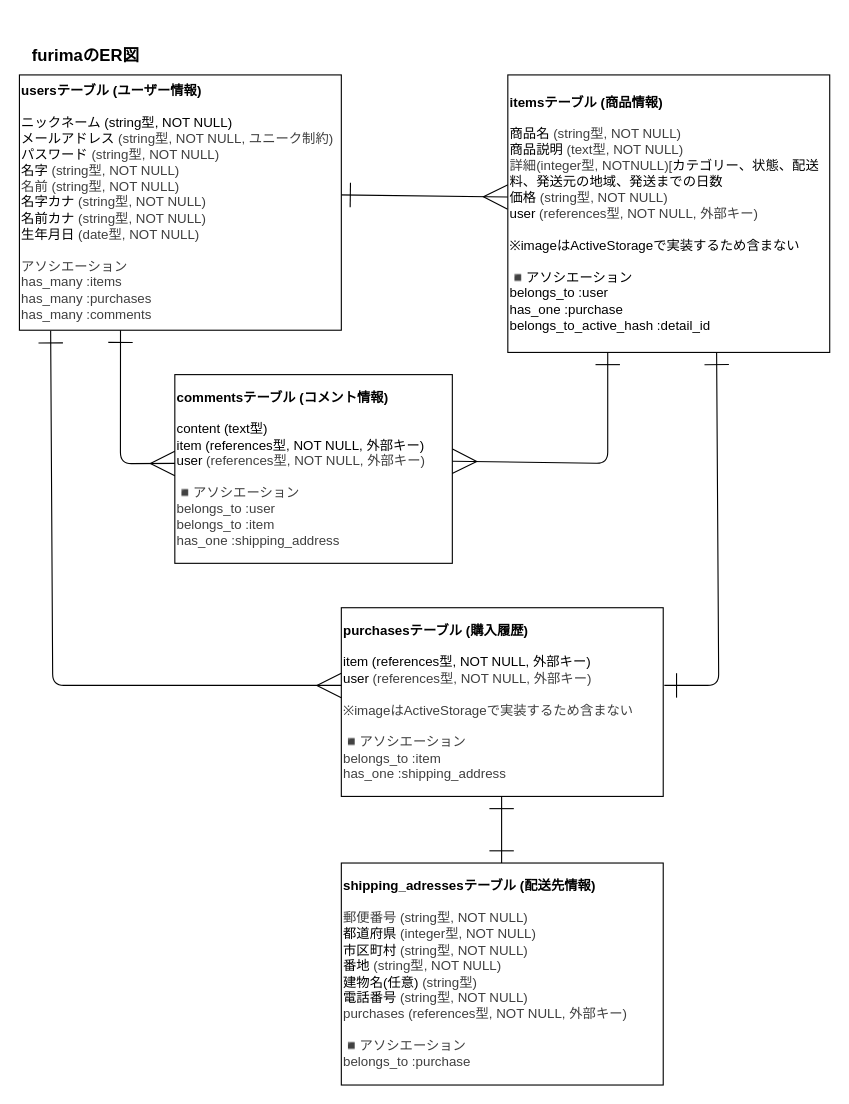
kuraomirako/furima-42532 keeps this draw.io diagram as er.dio. Above is the earlier version. Source tidied: cells renumbered, new cells numbered last; positions are measured from the earlier drawing's top-left corner, leaving out a move shared by most shapes. Both pictures are drawn from the tidied source at 111%, with x=0, y=0 at pixel (19, 30).
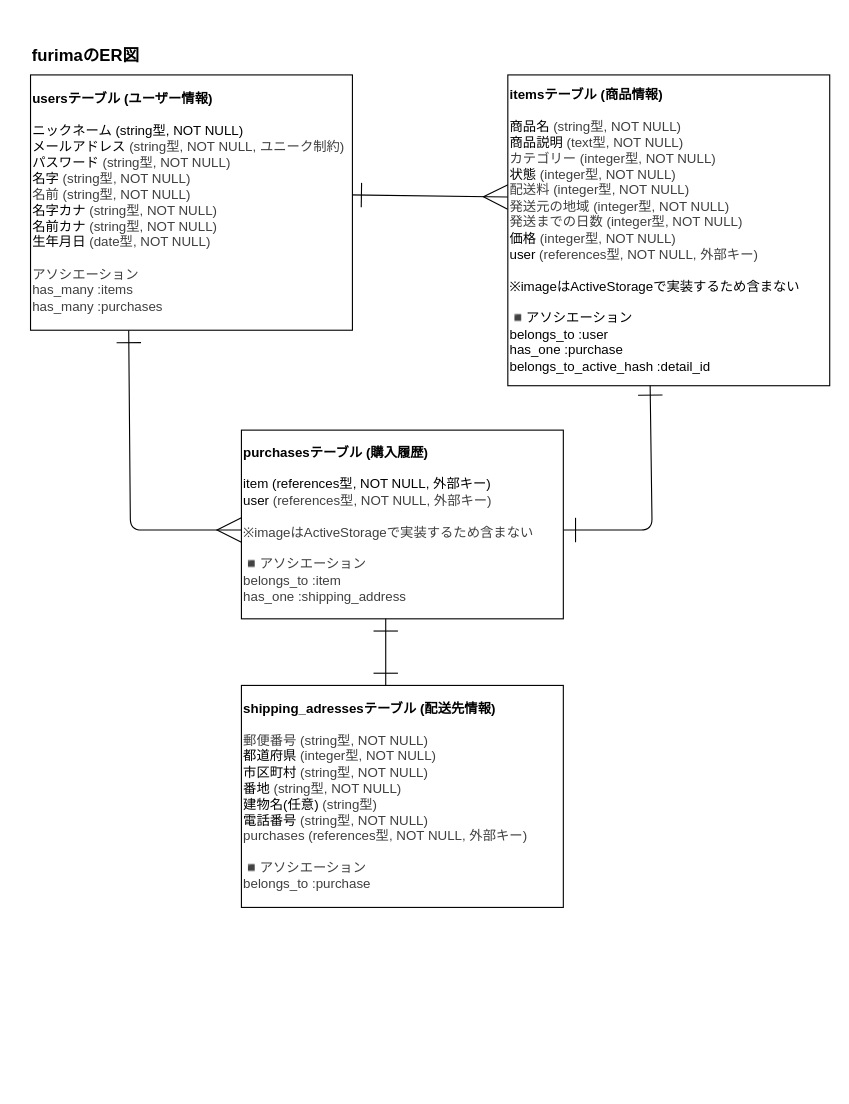
The same diagram, later.

Commit message (it also covers changes not shown here):
ER図・README修正3

Diff of the diagram source:
```diff
@@
-    <mxCell id="4" value="&lt;div&gt;&lt;b&gt;usersテーブル (ユーザー情報)&lt;/b&gt;&lt;/div&gt;&lt;div&gt;&lt;br&gt;&lt;/div&gt;&lt;div&gt;ニックネーム (string型, NOT NULL)&lt;/div&gt;&lt;div&gt;&lt;span style=&quot;background-color: transparent;&quot;&gt;メールアドレス&lt;/span&gt;&lt;span style=&quot;color: rgb(63, 63, 63); background-color: transparent;&quot;&gt;&amp;nbsp;&lt;/span&gt;&lt;span style=&quot;color: rgb(63, 63, 63); background-color: transparent;&quot;&gt;(string型, NOT NULL, ユニーク制約)&lt;/span&gt;&lt;/div&gt;&lt;div&gt;パスワード&lt;span style=&quot;background-color: transparent; color: rgb(63, 63, 63);&quot;&gt;&amp;nbsp;&lt;/span&gt;&lt;span style=&quot;background-color: transparent; color: rgb(63, 63, 63);&quot;&gt;(string型, NOT NULL)&lt;/span&gt;&lt;/div&gt;&lt;div&gt;名字&lt;span style=&quot;background-color: transparent; color: rgb(63, 63, 63);&quot;&gt;&amp;nbsp;&lt;/span&gt;&lt;span style=&quot;background-color: transparent; color: rgb(63, 63, 63);&quot;&gt;(string型, NOT NULL)&lt;/span&gt;&lt;/div&gt;&lt;div&gt;&lt;span style=&quot;background-color: transparent; color: rgb(63, 63, 63);&quot;&gt;名前&amp;nbsp;&lt;/span&gt;&lt;span style=&quot;background-color: transparent; color: rgb(63, 63, 63);&quot;&gt;(string型, NOT NULL)&lt;/span&gt;&lt;/div&gt;&lt;div&gt;名字カナ&lt;span style=&quot;background-color: transparent; color: rgb(63, 63, 63);&quot;&gt;&amp;nbsp;&lt;/span&gt;&lt;span style=&quot;background-color: transparent; color: rgb(63, 63, 63);&quot;&gt;(string型, NOT NULL)&lt;/span&gt;&lt;/div&gt;&lt;div&gt;名前カナ&lt;span style=&quot;background-color: transparent; color: rgb(63, 63, 63);&quot;&gt;&amp;nbsp;&lt;/span&gt;&lt;span style=&quot;background-color: transparent; color: rgb(63, 63, 63);&quot;&gt;(string型, NOT NULL)&lt;/span&gt;&lt;/div&gt;&lt;div&gt;生年月日&lt;span style=&quot;background-color: transparent; color: rgb(63, 63, 63);&quot;&gt;&amp;nbsp;&lt;/span&gt;&lt;span style=&quot;background-color: transparent; color: rgb(63, 63, 63);&quot;&gt;(date型, NOT NULL)&lt;/span&gt;&lt;/div&gt;&lt;div&gt;&lt;span style=&quot;background-color: transparent; color: rgb(63, 63, 63);&quot;&gt;&lt;br&gt;&lt;/span&gt;&lt;/div&gt;&lt;div&gt;&lt;span style=&quot;background-color: transparent; color: rgb(63, 63, 63);&quot;&gt;アソシエーション&lt;/span&gt;&lt;/div&gt;&lt;div&gt;&lt;span style=&quot;background-color: transparent; color: rgb(63, 63, 63);&quot;&gt;has_many :items&lt;/span&gt;&lt;/div&gt;&lt;div&gt;&lt;span style=&quot;background-color: transparent; color: rgb(63, 63, 63);&quot;&gt;has_many :purchases&lt;/span&gt;&lt;/div&gt;&lt;div&gt;&lt;span style=&quot;background-color: transparent; color: rgb(63, 63, 63);&quot;&gt;has_many :comments&lt;/span&gt;&lt;/div&gt;" style="whiteSpace=wrap;html=1;align=left;" parent="1" vertex="1">
-      <mxGeometry y="40" width="290" height="230" as="geometry" />
+    <mxCell id="4" value="&lt;div&gt;&lt;b&gt;usersテーブル (ユーザー情報)&lt;/b&gt;&lt;/div&gt;&lt;div&gt;&lt;br&gt;&lt;/div&gt;&lt;div&gt;ニックネーム (string型, NOT NULL)&lt;/div&gt;&lt;div&gt;&lt;span style=&quot;background-color: transparent;&quot;&gt;メールアドレス&lt;/span&gt;&lt;span style=&quot;color: rgb(63, 63, 63); background-color: transparent;&quot;&gt;&amp;nbsp;&lt;/span&gt;&lt;span style=&quot;color: rgb(63, 63, 63); background-color: transparent;&quot;&gt;(string型, NOT NULL, ユニーク制約)&lt;/span&gt;&lt;/div&gt;&lt;div&gt;パスワード&lt;span style=&quot;background-color: transparent; color: rgb(63, 63, 63);&quot;&gt;&amp;nbsp;&lt;/span&gt;&lt;span style=&quot;background-color: transparent; color: rgb(63, 63, 63);&quot;&gt;(string型, NOT NULL)&lt;/span&gt;&lt;/div&gt;&lt;div&gt;名字&lt;span style=&quot;background-color: transparent; color: rgb(63, 63, 63);&quot;&gt;&amp;nbsp;&lt;/span&gt;&lt;span style=&quot;background-color: transparent; color: rgb(63, 63, 63);&quot;&gt;(string型, NOT NULL)&lt;/span&gt;&lt;/div&gt;&lt;div&gt;&lt;span style=&quot;background-color: transparent; color: rgb(63, 63, 63);&quot;&gt;名前&amp;nbsp;&lt;/span&gt;&lt;span style=&quot;background-color: transparent; color: rgb(63, 63, 63);&quot;&gt;(string型, NOT NULL)&lt;/span&gt;&lt;/div&gt;&lt;div&gt;名字カナ&lt;span style=&quot;background-color: transparent; color: rgb(63, 63, 63);&quot;&gt;&amp;nbsp;&lt;/span&gt;&lt;span style=&quot;background-color: transparent; color: rgb(63, 63, 63);&quot;&gt;(string型, NOT NULL)&lt;/span&gt;&lt;/div&gt;&lt;div&gt;名前カナ&lt;span style=&quot;background-color: transparent; color: rgb(63, 63, 63);&quot;&gt;&amp;nbsp;&lt;/span&gt;&lt;span style=&quot;background-color: transparent; color: rgb(63, 63, 63);&quot;&gt;(string型, NOT NULL)&lt;/span&gt;&lt;/div&gt;&lt;div&gt;生年月日&lt;span style=&quot;background-color: transparent; color: rgb(63, 63, 63);&quot;&gt;&amp;nbsp;&lt;/span&gt;&lt;span style=&quot;background-color: transparent; color: rgb(63, 63, 63);&quot;&gt;(date型, NOT NULL)&lt;/span&gt;&lt;/div&gt;&lt;div&gt;&lt;span style=&quot;background-color: transparent; color: rgb(63, 63, 63);&quot;&gt;&lt;br&gt;&lt;/span&gt;&lt;/div&gt;&lt;div&gt;&lt;span style=&quot;background-color: transparent; color: rgb(63, 63, 63);&quot;&gt;アソシエーション&lt;/span&gt;&lt;/div&gt;&lt;div&gt;&lt;span style=&quot;background-color: transparent; color: rgb(63, 63, 63);&quot;&gt;has_many :items&lt;/span&gt;&lt;/div&gt;&lt;div&gt;&lt;span style=&quot;background-color: transparent; color: rgb(63, 63, 63);&quot;&gt;has_many :purchases&lt;/span&gt;&lt;/div&gt;" style="whiteSpace=wrap;html=1;align=left;" parent="1" vertex="1">
+      <mxGeometry x="10" y="40" width="290" height="230" as="geometry" />
     </mxCell>
-    <mxCell id="5" style="edgeStyle=none;html=1;endSize=20;startSize=20;endArrow=ERone;endFill=0;startArrow=ERone;startFill=0;exitX=0.459;exitY=0.988;exitDx=0;exitDy=0;exitPerimeter=0;" parent="1" edge="1">
+    <mxCell id="5" style="edgeStyle=none;html=1;endSize=20;startSize=20;endArrow=ERone;endFill=0;startArrow=ERone;startFill=0;exitX=0.442;exitY=0.991;exitDx=0;exitDy=0;exitPerimeter=0;" parent="1" edge="1" source="6">
       <mxGeometry relative="1" as="geometry">
-        <mxPoint x="628.1" y="290" as="sourcePoint" />
-        <mxPoint x="581" y="590" as="targetPoint" />
+        <mxPoint x="490" y="450" as="targetPoint" />
         <Array as="points">
-          <mxPoint x="630" y="590" />
+          <mxPoint x="570" y="450" />
         </Array>
       </mxGeometry>
     </mxCell>
-    <mxCell id="6" value="&lt;div&gt;&lt;b&gt;itemsテーブル (商品情報)&lt;/b&gt;&lt;/div&gt;&lt;div&gt;&lt;br&gt;&lt;/div&gt;&lt;div&gt;商品名&lt;span style=&quot;color: rgb(63, 63, 63); background-color: transparent;&quot;&gt;&amp;nbsp;&lt;/span&gt;&lt;span style=&quot;color: rgb(63, 63, 63); background-color: transparent;&quot;&gt;(string型, NOT NULL)&lt;/span&gt;&lt;/div&gt;&lt;div&gt;商品説明&lt;span style=&quot;color: rgb(63, 63, 63); background-color: transparent;&quot;&gt;&amp;nbsp;&lt;/span&gt;&lt;span style=&quot;color: rgb(63, 63, 63); background-color: transparent;&quot;&gt;(text型, NOT NULL)&lt;/span&gt;&lt;/div&gt;&lt;div&gt;&lt;span style=&quot;color: rgb(63, 63, 63); background-color: transparent;&quot;&gt;詳細(integer型, NOTNULL)[&lt;/span&gt;&lt;span style=&quot;background-color: transparent;&quot;&gt;カテゴリー、状態、配送料、発送元の地域、発送までの日数&lt;/span&gt;&lt;/div&gt;&lt;div&gt;価格&lt;span style=&quot;color: rgb(63, 63, 63); background-color: transparent;&quot;&gt;&amp;nbsp;&lt;/span&gt;&lt;span style=&quot;color: rgb(63, 63, 63); background-color: transparent;&quot;&gt;(string型, NOT NULL)&lt;/span&gt;&lt;/div&gt;&lt;div&gt;user&lt;span style=&quot;color: rgb(63, 63, 63); background-color: transparent;&quot;&gt;&amp;nbsp;&lt;/span&gt;&lt;span style=&quot;color: rgb(63, 63, 63); background-color: transparent;&quot;&gt;(references型, NOT NULL, 外部キー)&lt;/span&gt;&lt;/div&gt;&lt;div&gt;&lt;br&gt;&lt;/div&gt;&lt;div&gt;※imageはActiveStorageで実装するため含まない&lt;/div&gt;&lt;div&gt;&lt;br&gt;&lt;/div&gt;&lt;div&gt;◾️アソシエーション&lt;/div&gt;&lt;div&gt;belongs_to :user&lt;/div&gt;&lt;div&gt;has_one :purchase&lt;/div&gt;&lt;div&gt;belongs_to_active_hash :detail_id&lt;/div&gt;" style="whiteSpace=wrap;html=1;align=left;" parent="1" vertex="1">
-      <mxGeometry x="440" y="40" width="290" height="250" as="geometry" />
+    <mxCell id="6" value="&lt;div&gt;&lt;b&gt;itemsテーブル (商品情報)&lt;/b&gt;&lt;/div&gt;&lt;div&gt;&lt;br&gt;&lt;/div&gt;&lt;div&gt;商品名&lt;span style=&quot;color: rgb(63, 63, 63); background-color: transparent;&quot;&gt;&amp;nbsp;&lt;/span&gt;&lt;span style=&quot;color: rgb(63, 63, 63); background-color: transparent;&quot;&gt;(string型, NOT NULL)&lt;/span&gt;&lt;/div&gt;&lt;div&gt;商品説明&lt;span style=&quot;color: rgb(63, 63, 63); background-color: transparent;&quot;&gt;&amp;nbsp;&lt;/span&gt;&lt;span style=&quot;color: rgb(63, 63, 63); background-color: transparent;&quot;&gt;(text型, NOT NULL)&lt;/span&gt;&lt;/div&gt;&lt;div&gt;&lt;span style=&quot;color: rgb(63, 63, 63); background-color: transparent;&quot;&gt;カテゴリー (integer型, NOT NULL)&lt;/span&gt;&lt;/div&gt;&lt;div&gt;状態&lt;span style=&quot;color: rgb(63, 63, 63); background-color: transparent;&quot;&gt;&amp;nbsp;&lt;/span&gt;&lt;span style=&quot;color: rgb(63, 63, 63); background-color: transparent;&quot;&gt;(integer型, NOT NULL)&lt;/span&gt;&lt;/div&gt;&lt;div&gt;&lt;span style=&quot;color: rgb(63, 63, 63); background-color: transparent;&quot;&gt;配送料&lt;/span&gt;&lt;span style=&quot;color: rgb(63, 63, 63); background-color: transparent;&quot;&gt;&amp;nbsp;&lt;/span&gt;&lt;span style=&quot;color: rgb(63, 63, 63); background-color: transparent;&quot;&gt;(integer型, NOT NULL)&lt;/span&gt;&lt;/div&gt;&lt;div&gt;&lt;span style=&quot;color: rgb(63, 63, 63); background-color: transparent;&quot;&gt;発送元の地域&lt;/span&gt;&lt;span style=&quot;color: rgb(63, 63, 63); background-color: transparent;&quot;&gt;&amp;nbsp;&lt;/span&gt;&lt;span style=&quot;color: rgb(63, 63, 63); background-color: transparent;&quot;&gt;(integer型, NOT NULL)&lt;/span&gt;&lt;/div&gt;&lt;div&gt;&lt;span style=&quot;color: rgb(63, 63, 63); background-color: transparent;&quot;&gt;発送までの日数&lt;/span&gt;&lt;span style=&quot;color: rgb(63, 63, 63); background-color: transparent;&quot;&gt;&amp;nbsp;&lt;/span&gt;&lt;span style=&quot;color: rgb(63, 63, 63); background-color: transparent;&quot;&gt;(integer型, NOT NULL)&lt;/span&gt;&lt;/div&gt;&lt;div&gt;価格&lt;span style=&quot;color: rgb(63, 63, 63); background-color: transparent;&quot;&gt;&amp;nbsp;&lt;/span&gt;&lt;span style=&quot;color: rgb(63, 63, 63); background-color: transparent;&quot;&gt;(integer型, NOT NULL)&lt;/span&gt;&lt;/div&gt;&lt;div&gt;user&lt;span style=&quot;color: rgb(63, 63, 63); background-color: transparent;&quot;&gt;&amp;nbsp;&lt;/span&gt;&lt;span style=&quot;color: rgb(63, 63, 63); background-color: transparent;&quot;&gt;(references型, NOT NULL, 外部キー)&lt;/span&gt;&lt;/div&gt;&lt;div&gt;&lt;br&gt;&lt;/div&gt;&lt;div&gt;※imageはActiveStorageで実装するため含まない&lt;/div&gt;&lt;div&gt;&lt;br&gt;&lt;/div&gt;&lt;div&gt;◾️アソシエーション&lt;/div&gt;&lt;div&gt;belongs_to :user&lt;/div&gt;&lt;div&gt;has_one :purchase&lt;/div&gt;&lt;div&gt;belongs_to_active_hash :detail_id&lt;/div&gt;" style="whiteSpace=wrap;html=1;align=left;" parent="1" vertex="1">
+      <mxGeometry x="440" y="40" width="290" height="280" as="geometry" />
     </mxCell>
     <mxCell id="7" value="&lt;div&gt;&lt;b&gt;purchasesテーブル (購入履歴)&lt;/b&gt;&lt;/div&gt;&lt;div&gt;&lt;br&gt;&lt;/div&gt;&lt;div&gt;item (references型, NOT NULL, 外部キー)&lt;/div&gt;&lt;div&gt;user&lt;span style=&quot;color: rgb(63, 63, 63); background-color: transparent;&quot;&gt;&amp;nbsp;&lt;/span&gt;&lt;span style=&quot;color: rgb(63, 63, 63); background-color: transparent;&quot;&gt;(references型, NOT NULL, 外部キー)&lt;/span&gt;&lt;/div&gt;&lt;div&gt;&lt;span style=&quot;background-color: transparent; color: rgb(63, 63, 63);&quot;&gt;&lt;br&gt;&lt;/span&gt;&lt;/div&gt;&lt;div&gt;&lt;span style=&quot;background-color: transparent; color: rgb(63, 63, 63);&quot;&gt;&lt;span style=&quot;color: rgb(63, 63, 63);&quot;&gt;※imageはActiveStorageで実装するため含まない&lt;/span&gt;&lt;/span&gt;&lt;/div&gt;&lt;div&gt;&lt;span style=&quot;background-color: transparent; color: rgb(63, 63, 63);&quot;&gt;&lt;span style=&quot;color: rgb(63, 63, 63);&quot;&gt;&lt;br&gt;&lt;/span&gt;&lt;/span&gt;&lt;/div&gt;&lt;div&gt;&lt;span style=&quot;background-color: transparent; color: rgb(63, 63, 63);&quot;&gt;&lt;span style=&quot;color: rgb(63, 63, 63);&quot;&gt;◾️アソシエーション&lt;/span&gt;&lt;/span&gt;&lt;/div&gt;&lt;div&gt;&lt;span style=&quot;background-color: transparent; color: rgb(63, 63, 63);&quot;&gt;&lt;span style=&quot;color: rgb(63, 63, 63);&quot;&gt;belongs_to :item&lt;/span&gt;&lt;/span&gt;&lt;/div&gt;&lt;div&gt;&lt;span style=&quot;background-color: transparent; color: rgb(63, 63, 63);&quot;&gt;&lt;span style=&quot;color: rgb(63, 63, 63);&quot;&gt;has_one :shipping_address&lt;/span&gt;&lt;/span&gt;&lt;/div&gt;" style="whiteSpace=wrap;html=1;align=left;" parent="1" vertex="1">
-      <mxGeometry x="290" y="520" width="290" height="170" as="geometry" />
+      <mxGeometry x="200" y="360" width="290" height="170" as="geometry" />
     </mxCell>
     <mxCell id="8" value="&lt;div&gt;&lt;b&gt;shipping_adressesテーブル (配送先情報)&lt;/b&gt;&lt;/div&gt;&lt;div&gt;&lt;br&gt;&lt;/div&gt;&lt;div&gt;&lt;span style=&quot;background-color: transparent; color: rgb(63, 63, 63);&quot;&gt;郵便番号&amp;nbsp;&lt;/span&gt;&lt;span style=&quot;background-color: transparent; color: rgb(63, 63, 63);&quot;&gt;(string型, NOT NULL)&lt;/span&gt;&lt;/div&gt;&lt;div&gt;都道府県&lt;span style=&quot;background-color: transparent; color: rgb(63, 63, 63);&quot;&gt;&amp;nbsp;&lt;/span&gt;&lt;span style=&quot;background-color: transparent; color: rgb(63, 63, 63);&quot;&gt;(integer型, NOT NULL)&lt;/span&gt;&lt;/div&gt;&lt;div&gt;市区町村&lt;span style=&quot;background-color: transparent; color: rgb(63, 63, 63);&quot;&gt;&amp;nbsp;&lt;/span&gt;&lt;span style=&quot;background-color: transparent; color: rgb(63, 63, 63);&quot;&gt;(string型, NOT NULL)&lt;/span&gt;&lt;/div&gt;&lt;div&gt;番地&lt;span style=&quot;background-color: transparent; color: rgb(63, 63, 63);&quot;&gt;&amp;nbsp;&lt;/span&gt;&lt;span style=&quot;background-color: transparent; color: rgb(63, 63, 63);&quot;&gt;(string型, NOT NULL)&lt;/span&gt;&lt;/div&gt;&lt;div&gt;建物名(任意)&lt;span style=&quot;background-color: transparent; color: rgb(63, 63, 63);&quot;&gt;&amp;nbsp;&lt;/span&gt;&lt;span style=&quot;background-color: transparent; color: rgb(63, 63, 63);&quot;&gt;(string型)&lt;/span&gt;&lt;/div&gt;&lt;div&gt;電話番号&lt;span style=&quot;background-color: transparent; color: rgb(63, 63, 63);&quot;&gt;&amp;nbsp;&lt;/span&gt;&lt;span style=&quot;background-color: transparent; color: rgb(63, 63, 63);&quot;&gt;(string型, NOT NULL)&lt;/span&gt;&lt;/div&gt;&lt;div&gt;&lt;span style=&quot;background-color: transparent; color: rgb(63, 63, 63);&quot;&gt;purchases (references型, NOT NULL, 外部キー)&lt;/span&gt;&lt;/div&gt;&lt;div&gt;&lt;span style=&quot;background-color: transparent; color: rgb(63, 63, 63);&quot;&gt;&lt;br&gt;&lt;/span&gt;&lt;/div&gt;&lt;div&gt;&lt;span style=&quot;background-color: transparent; color: rgb(63, 63, 63);&quot;&gt;◾️アソシエーション&lt;/span&gt;&lt;/div&gt;&lt;div&gt;&lt;span style=&quot;background-color: transparent; color: rgb(63, 63, 63);&quot;&gt;belongs_to :purchase&lt;/span&gt;&lt;/div&gt;" style="whiteSpace=wrap;html=1;align=left;" parent="1" vertex="1">
-      <mxGeometry x="290" y="750" width="290" height="200" as="geometry" />
+      <mxGeometry x="200" y="590" width="290" height="200" as="geometry" />
     </mxCell>
     <mxCell id="9" style="edgeStyle=none;html=1;endSize=20;startSize=20;endArrow=ERone;endFill=0;startArrow=ERone;startFill=0;" parent="1" edge="1">
       <mxGeometry relative="1" as="geometry">
-        <mxPoint x="434.4" y="690" as="sourcePoint" />
-        <mxPoint x="434.4" y="750" as="targetPoint" />
+        <mxPoint x="330" y="530" as="sourcePoint" />
+        <mxPoint x="330" y="590" as="targetPoint" />
       </mxGeometry>
     </mxCell>
-    <mxCell id="10" style="edgeStyle=none;html=1;endSize=20;startSize=20;endArrow=ERmany;endFill=0;startArrow=ERone;startFill=0;exitX=0.097;exitY=1.002;exitDx=0;exitDy=0;exitPerimeter=0;" parent="1" edge="1" source="4">
+    <mxCell id="10" style="edgeStyle=none;html=1;endSize=20;startSize=20;endArrow=ERmany;endFill=0;startArrow=ERone;startFill=0;exitX=0.305;exitY=1.001;exitDx=0;exitDy=0;exitPerimeter=0;" parent="1" edge="1" source="4">
       <mxGeometry relative="1" as="geometry">
-        <mxPoint x="290" y="590" as="targetPoint" />
+        <mxPoint x="200" y="450" as="targetPoint" />
         <Array as="points">
-          <mxPoint x="30" y="590" />
+          <mxPoint x="100" y="450" />
         </Array>
       </mxGeometry>
     </mxCell>
-    <mxCell id="11" value="&lt;div&gt;&lt;b&gt;commentsテーブル (コメント情報)&lt;/b&gt;&lt;/div&gt;&lt;div&gt;&lt;br&gt;&lt;/div&gt;&lt;div&gt;content (text型)&lt;/div&gt;&lt;div&gt;item (references型, NOT NULL, 外部キー)&lt;/div&gt;&lt;div&gt;user&lt;span style=&quot;color: rgb(63, 63, 63); background-color: transparent;&quot;&gt;&amp;nbsp;&lt;/span&gt;&lt;span style=&quot;color: rgb(63, 63, 63); background-color: transparent;&quot;&gt;(references型, NOT NULL, 外部キー)&lt;/span&gt;&lt;/div&gt;&lt;div&gt;&lt;span style=&quot;background-color: transparent; color: rgb(63, 63, 63);&quot;&gt;&lt;span style=&quot;color: rgb(63, 63, 63);&quot;&gt;&lt;br&gt;&lt;/span&gt;&lt;/span&gt;&lt;/div&gt;&lt;div&gt;&lt;span style=&quot;background-color: transparent; color: rgb(63, 63, 63);&quot;&gt;&lt;span style=&quot;color: rgb(63, 63, 63);&quot;&gt;◾️アソシエーション&lt;/span&gt;&lt;/span&gt;&lt;/div&gt;&lt;div&gt;&lt;span style=&quot;background-color: transparent; color: rgb(63, 63, 63);&quot;&gt;&lt;span style=&quot;color: rgb(63, 63, 63);&quot;&gt;&lt;span style=&quot;color: rgb(63, 63, 63);&quot;&gt;belongs_to :user&lt;/span&gt;&lt;/span&gt;&lt;/span&gt;&lt;/div&gt;&lt;div&gt;&lt;span style=&quot;background-color: transparent; color: rgb(63, 63, 63);&quot;&gt;&lt;span style=&quot;color: rgb(63, 63, 63);&quot;&gt;belongs_to :item&lt;/span&gt;&lt;/span&gt;&lt;/div&gt;&lt;div&gt;&lt;span style=&quot;background-color: transparent; color: rgb(63, 63, 63);&quot;&gt;&lt;span style=&quot;color: rgb(63, 63, 63);&quot;&gt;has_one :shipping_address&lt;/span&gt;&lt;/span&gt;&lt;/div&gt;" style="whiteSpace=wrap;html=1;align=left;" parent="1" vertex="1">
-      <mxGeometry x="140" y="310" width="250" height="170" as="geometry" />
-    </mxCell>
-    <mxCell id="12" style="edgeStyle=none;html=1;endSize=20;startSize=20;endArrow=ERmany;endFill=0;startArrow=ERone;startFill=0;exitX=0.314;exitY=1;exitDx=0;exitDy=0;exitPerimeter=0;" parent="1" edge="1" source="4">
-      <mxGeometry relative="1" as="geometry">
-        <mxPoint x="140" y="390" as="targetPoint" />
-        <Array as="points">
-          <mxPoint x="91" y="390.2" />
-        </Array>
-      </mxGeometry>
-    </mxCell>
-    <mxCell id="13" style="edgeStyle=none;html=1;endSize=20;startSize=20;endArrow=ERmany;endFill=0;startArrow=ERone;startFill=0;exitX=0.209;exitY=0.999;exitDx=0;exitDy=0;exitPerimeter=0;" parent="1" edge="1">
-      <mxGeometry relative="1" as="geometry">
-        <mxPoint x="530" y="290" as="sourcePoint" />
-        <mxPoint x="390" y="388" as="targetPoint" />
-        <Array as="points">
-          <mxPoint x="530" y="390" />
-        </Array>
-      </mxGeometry>
-    </mxCell>
```
